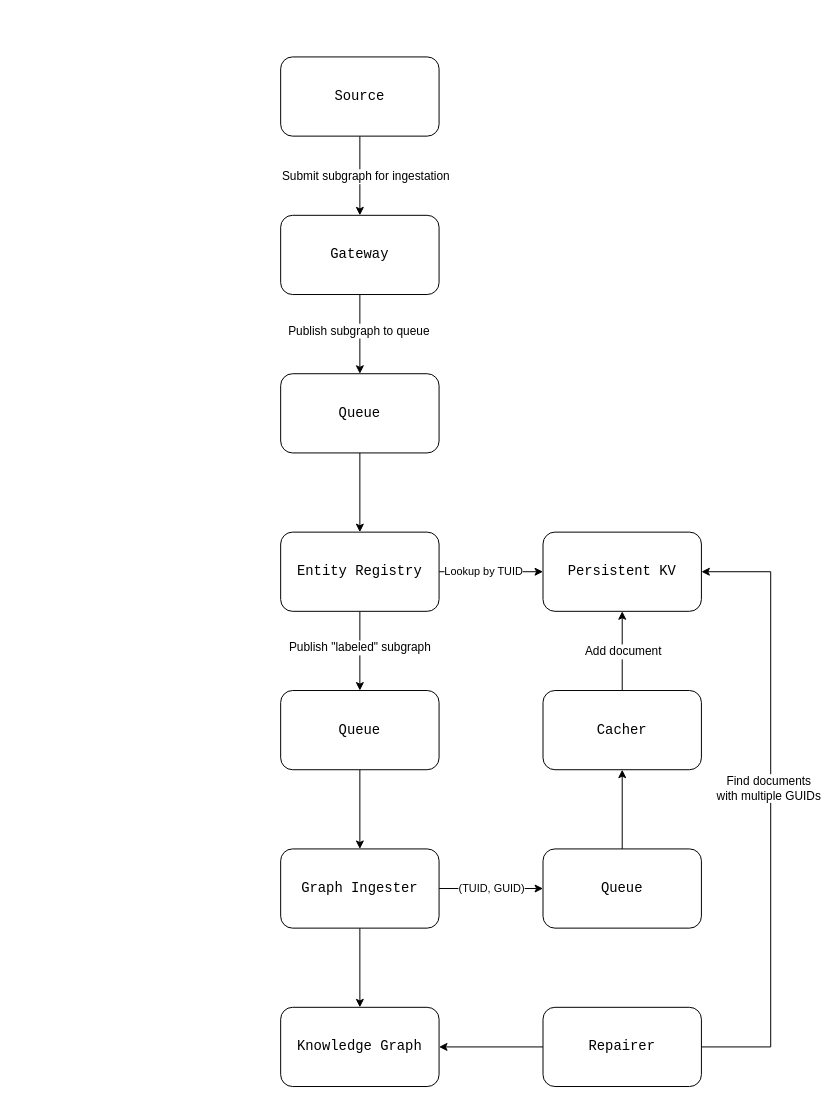
z5labs/megamind keeps this draw.io diagram as docs/diagrams/megamind.drawio. Above is the earlier version. Source tidied: cells renumbered, new cells numbered last; positions are measured from the earlier drawing's top-left corner, leaving out a move shared by most shapes. Both pictures are drawn from the tidied source at 99%, with x=0, y=0 at pixel (280, 56).
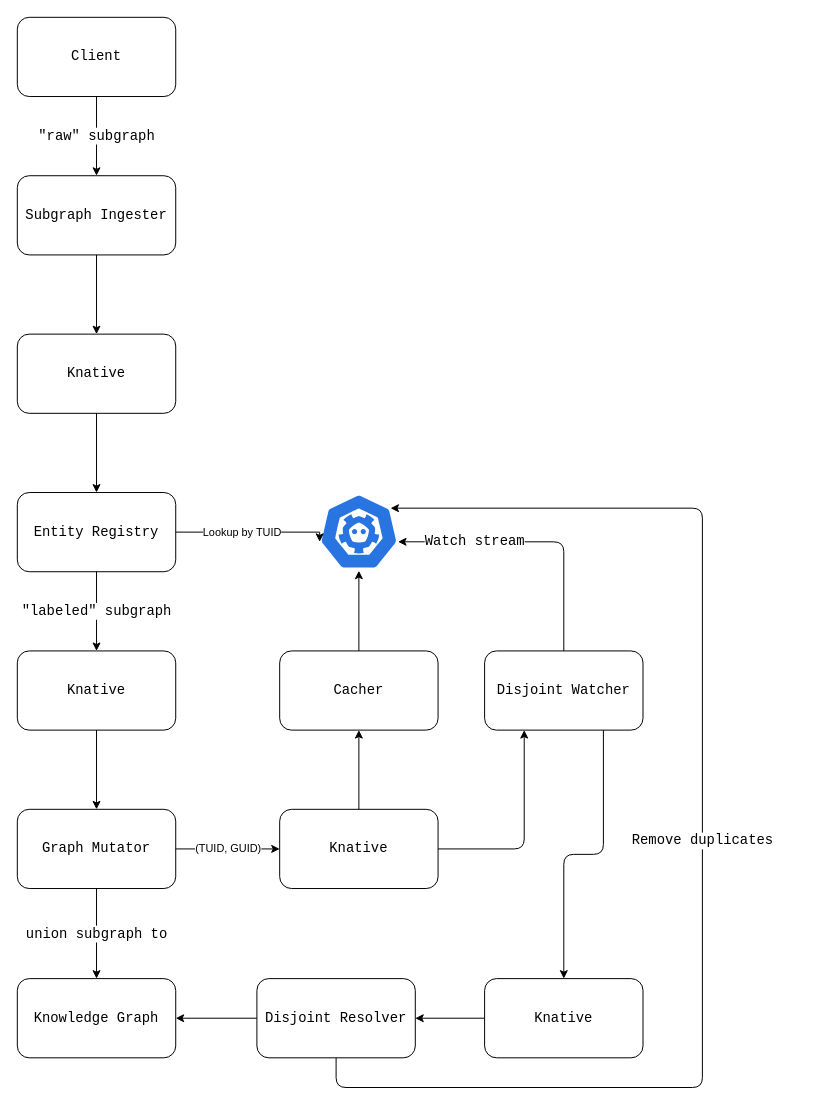
Above is the later version.

Commit message (it also covers changes not shown here):
docs(arch/megamind): re-did disjoint repairer

Change to the diagram source:
```diff
@@
-    <mxCell id="2" style="edgeStyle=orthogonalEdgeStyle;rounded=0;jettySize=auto;html=1;entryX=0.5;entryY=0;entryDx=0;entryDy=0;" parent="1" edge="1" source="4" target="19">
-      <mxGeometry relative="1" as="geometry" />
-    </mxCell>
-    <mxCell id="3" value="(TUID, GUID)" style="edgeStyle=orthogonalEdgeStyle;rounded=0;jettySize=auto;html=1;entryX=0;entryY=0.5;entryDx=0;entryDy=0;" parent="1" edge="1" source="4" target="22">
-      <mxGeometry relative="1" as="geometry" />
-    </mxCell>
+    <mxCell id="30" style="group;" parent="1" vertex="1">
+      <mxGeometry x="-266" y="-40" width="692" height="1081" as="geometry" />
+    </mxCell>
-    <mxCell id="4" value="&lt;font face=&quot;Courier New&quot;&gt;&lt;span style=&quot;font-size: 14px&quot;&gt;Graph Ingester&lt;/span&gt;&lt;/font&gt;" style="rounded=1;whiteSpace=wrap;html=1;" parent="1" vertex="1">
+    <mxCell id="4" value="&lt;font face=&quot;Courier New&quot;&gt;&lt;span style=&quot;font-size: 14px&quot;&gt;Graph Mutator&lt;/span&gt;&lt;/font&gt;" style="rounded=1;whiteSpace=wrap;html=1;" parent="30" vertex="1">
       <mxGeometry y="800" width="160" height="80" as="geometry" />
     </mxCell>
+    <mxCell id="7" value="&lt;font face=&quot;Courier New&quot; style=&quot;font-size: 14px&quot;&gt;Client&lt;/font&gt;" style="rounded=1;whiteSpace=wrap;html=1;" parent="30" vertex="1">
+      <mxGeometry width="160" height="80" as="geometry" />
+    </mxCell>
+    <mxCell id="10" value="&lt;font face=&quot;Courier New&quot;&gt;&lt;span style=&quot;font-size: 14px&quot;&gt;Subgraph Ingester&lt;/span&gt;&lt;/font&gt;" style="rounded=1;whiteSpace=wrap;html=1;" parent="30" vertex="1">
+      <mxGeometry y="160" width="160" height="80" as="geometry" />
+    </mxCell>
-    <mxCell id="5" style="edgeStyle=orthogonalEdgeStyle;rounded=0;jettySize=auto;html=1;entryX=0.5;entryY=0;entryDx=0;entryDy=0;" parent="1" edge="1" source="7" target="10">
+    <mxCell id="5" value="&quot;raw&quot; subgraph" style="edgeStyle=orthogonalEdgeStyle;html=1;entryX=0.5;entryY=0;entryDx=0;entryDy=0;fontFamily=Courier New;fontSize=14;" parent="30" edge="1" source="7" target="10">
       <mxGeometry relative="1" as="geometry" />
     </mxCell>
-    <mxCell id="6" value="Submit subgraph for ingestation" style="text;html=1;align=center;verticalAlign=middle;labelBackgroundColor=#ffffff;" parent="5" vertex="1">
-      <mxGeometry x="-0.23" relative="1" as="geometry">
-        <mxPoint x="5" y="9" as="offset" />
-      </mxGeometry>
-    </mxCell>
-    <mxCell id="7" value="&lt;font face=&quot;Courier New&quot; style=&quot;font-size: 14px&quot;&gt;Source&lt;/font&gt;" style="rounded=1;whiteSpace=wrap;html=1;" parent="1" vertex="1">
-      <mxGeometry width="160" height="80" as="geometry" />
-    </mxCell>
+    <mxCell id="12" value="&lt;font face=&quot;Courier New&quot;&gt;&lt;span style=&quot;font-size: 14px&quot;&gt;Knative&lt;/span&gt;&lt;/font&gt;" style="rounded=1;whiteSpace=wrap;html=1;" parent="30" vertex="1">
+      <mxGeometry y="320" width="160" height="80" as="geometry" />
+    </mxCell>
-    <mxCell id="8" style="edgeStyle=orthogonalEdgeStyle;rounded=0;jettySize=auto;html=1;entryX=0.5;entryY=0;entryDx=0;entryDy=0;" parent="1" edge="1" source="10" target="12">
+    <mxCell id="8" style="edgeStyle=orthogonalEdgeStyle;rounded=0;jettySize=auto;html=1;entryX=0.5;entryY=0;entryDx=0;entryDy=0;" parent="30" edge="1" source="10" target="12">
       <mxGeometry relative="1" as="geometry" />
     </mxCell>
-    <mxCell id="9" value="Publish subgraph to queue" style="text;html=1;align=center;verticalAlign=middle;labelBackgroundColor=#ffffff;" parent="8" vertex="1">
-      <mxGeometry x="-0.1" y="-2" relative="1" as="geometry" />
-    </mxCell>
-    <mxCell id="10" value="&lt;font face=&quot;Courier New&quot;&gt;&lt;span style=&quot;font-size: 14px&quot;&gt;Gateway&lt;/span&gt;&lt;/font&gt;" style="rounded=1;whiteSpace=wrap;html=1;" parent="1" vertex="1">
-      <mxGeometry y="160" width="160" height="80" as="geometry" />
-    </mxCell>
+    <mxCell id="16" value="&lt;font face=&quot;Courier New&quot;&gt;&lt;span style=&quot;font-size: 14px&quot;&gt;Entity Registry&lt;/span&gt;&lt;/font&gt;" style="rounded=1;whiteSpace=wrap;html=1;" parent="30" vertex="1">
+      <mxGeometry y="480" width="160" height="80" as="geometry" />
+    </mxCell>
-    <mxCell id="11" style="edgeStyle=orthogonalEdgeStyle;rounded=0;jettySize=auto;html=1;entryX=0.5;entryY=0;entryDx=0;entryDy=0;" parent="1" edge="1" source="12" target="16">
+    <mxCell id="11" style="edgeStyle=orthogonalEdgeStyle;rounded=0;jettySize=auto;html=1;entryX=0.5;entryY=0;entryDx=0;entryDy=0;" parent="30" edge="1" source="12" target="16">
       <mxGeometry relative="1" as="geometry" />
     </mxCell>
-    <mxCell id="12" value="&lt;font face=&quot;Courier New&quot;&gt;&lt;span style=&quot;font-size: 14px&quot;&gt;Queue&lt;/span&gt;&lt;/font&gt;" style="rounded=1;whiteSpace=wrap;html=1;" parent="1" vertex="1">
-      <mxGeometry y="320" width="160" height="80" as="geometry" />
-    </mxCell>
-    <mxCell id="13" style="edgeStyle=orthogonalEdgeStyle;rounded=0;jettySize=auto;html=1;entryX=0.5;entryY=0;entryDx=0;entryDy=0;" parent="1" edge="1" source="16" target="18">
-      <mxGeometry relative="1" as="geometry" />
-    </mxCell>
-    <mxCell id="14" value="Publish &quot;labeled&quot; subgraph" style="text;html=1;align=center;verticalAlign=middle;labelBackgroundColor=#ffffff;" parent="13" vertex="1">
-      <mxGeometry x="-0.1" y="-1" relative="1" as="geometry" />
-    </mxCell>
-    <mxCell id="15" value="Lookup by TUID" style="edgeStyle=orthogonalEdgeStyle;rounded=0;jettySize=auto;html=1;entryX=0;entryY=0.5;entryDx=0;entryDy=0;" parent="1" edge="1" source="16" target="20">
-      <mxGeometry x="-0.14" relative="1" as="geometry">
-        <Array as="points">
-          <mxPoint x="225" y="520" />
-          <mxPoint x="225" y="520" />
-        </Array>
-      </mxGeometry>
-    </mxCell>
-    <mxCell id="16" value="&lt;font face=&quot;Courier New&quot;&gt;&lt;span style=&quot;font-size: 14px&quot;&gt;Entity Registry&lt;/span&gt;&lt;/font&gt;" style="rounded=1;whiteSpace=wrap;html=1;" parent="1" vertex="1">
-      <mxGeometry y="480" width="160" height="80" as="geometry" />
-    </mxCell>
-    <mxCell id="17" style="edgeStyle=orthogonalEdgeStyle;rounded=0;jettySize=auto;html=1;entryX=0.5;entryY=0;entryDx=0;entryDy=0;" parent="1" edge="1" source="18" target="4">
+    <mxCell id="17" style="edgeStyle=orthogonalEdgeStyle;rounded=0;jettySize=auto;html=1;entryX=0.5;entryY=0;entryDx=0;entryDy=0;" parent="30" edge="1" source="18" target="4">
       <mxGeometry relative="1" as="geometry" />
     </mxCell>
-    <mxCell id="18" value="&lt;font face=&quot;Courier New&quot;&gt;&lt;span style=&quot;font-size: 14px&quot;&gt;Queue&lt;/span&gt;&lt;/font&gt;" style="rounded=1;whiteSpace=wrap;html=1;" parent="1" vertex="1">
+    <mxCell id="18" value="&lt;font face=&quot;Courier New&quot;&gt;&lt;span style=&quot;font-size: 14px&quot;&gt;Knative&lt;/span&gt;&lt;/font&gt;" style="rounded=1;whiteSpace=wrap;html=1;" parent="30" vertex="1">
       <mxGeometry y="640" width="160" height="80" as="geometry" />
     </mxCell>
+    <mxCell id="13" value="&lt;font face=&quot;Courier New&quot;&gt;&lt;font style=&quot;font-size: 14px&quot;&gt;&quot;labeled&quot;&amp;nbsp;subgraph&lt;/font&gt;&lt;/font&gt;" style="edgeStyle=orthogonalEdgeStyle;rounded=0;jettySize=auto;html=1;entryX=0.5;entryY=0;entryDx=0;entryDy=0;" parent="30" edge="1" source="16" target="18">
+      <mxGeometry relative="1" as="geometry" />
+    </mxCell>
+    <mxCell id="22" value="&lt;font face=&quot;Courier New&quot;&gt;&lt;span style=&quot;font-size: 14px&quot;&gt;Knative&lt;/span&gt;&lt;/font&gt;" style="rounded=1;whiteSpace=wrap;html=1;" parent="30" vertex="1">
+      <mxGeometry x="265" y="800" width="160" height="80" as="geometry" />
+    </mxCell>
+    <mxCell id="3" value="(TUID, GUID)" style="edgeStyle=orthogonalEdgeStyle;rounded=0;jettySize=auto;html=1;entryX=0;entryY=0.5;entryDx=0;entryDy=0;" parent="30" edge="1" source="4" target="22">
+      <mxGeometry relative="1" as="geometry" />
+    </mxCell>
+    <mxCell id="25" value="&lt;font face=&quot;Courier New&quot;&gt;&lt;span style=&quot;font-size: 14px&quot;&gt;Cacher&lt;/span&gt;&lt;/font&gt;" style="rounded=1;whiteSpace=wrap;html=1;" parent="30" vertex="1">
+      <mxGeometry x="265" y="640" width="160" height="80" as="geometry" />
+    </mxCell>
+    <mxCell id="21" style="edgeStyle=orthogonalEdgeStyle;rounded=0;jettySize=auto;html=1;entryX=0.5;entryY=1;entryDx=0;entryDy=0;" parent="30" edge="1" source="22" target="25">
+      <mxGeometry relative="1" as="geometry" />
+    </mxCell>
+    <mxCell id="31" style="sketch=0;html=1;dashed=0;whitespace=wrap;fillColor=#2875E2;strokeColor=#ffffff;points=[[0.005,0.63,0],[0.1,0.2,0],[0.9,0.2,0],[0.5,0,0],[0.995,0.63,0],[0.72,0.99,0],[0.5,1,0],[0.28,0.99,0]];shape=mxgraph.kubernetes.icon;prIcon=etcd;" parent="30" vertex="1">
+      <mxGeometry x="305" y="480" width="80" height="79" as="geometry" />
+    </mxCell>
+    <mxCell id="15" value="Lookup by TUID" style="edgeStyle=orthogonalEdgeStyle;rounded=0;jettySize=auto;html=1;entryX=0.005;entryY=0.63;entryDx=0;entryDy=0;entryPerimeter=0;" parent="30" edge="1" source="16" target="31">
+      <mxGeometry x="-0.14" relative="1" as="geometry">
+        <Array as="points">
+          <mxPoint x="305" y="520" />
+        </Array>
+      </mxGeometry>
+    </mxCell>
+    <mxCell id="23" style="edgeStyle=orthogonalEdgeStyle;rounded=0;jettySize=auto;html=1;" parent="30" edge="1" source="25" target="31">
+      <mxGeometry relative="1" as="geometry" />
+    </mxCell>
-    <mxCell id="19" value="&lt;font face=&quot;Courier New&quot;&gt;&lt;span style=&quot;font-size: 14px&quot;&gt;Knowledge Graph&lt;/span&gt;&lt;/font&gt;" style="rounded=1;whiteSpace=wrap;html=1;" parent="1" vertex="1">
-      <mxGeometry y="960" width="160" height="80" as="geometry" />
+    <mxCell id="19" value="&lt;font face=&quot;Courier New&quot;&gt;&lt;span style=&quot;font-size: 14px&quot;&gt;Knowledge Graph&lt;/span&gt;&lt;/font&gt;" style="rounded=1;whiteSpace=wrap;html=1;" parent="30" vertex="1">
+      <mxGeometry y="971" width="160" height="80" as="geometry" />
     </mxCell>
-    <mxCell id="20" value="&lt;font face=&quot;Courier New&quot;&gt;&lt;span style=&quot;font-size: 14px&quot;&gt;Persistent KV&lt;/span&gt;&lt;/font&gt;" style="rounded=1;whiteSpace=wrap;html=1;" parent="1" vertex="1">
-      <mxGeometry x="265" y="480" width="160" height="80" as="geometry" />
-    </mxCell>
-    <mxCell id="21" style="edgeStyle=orthogonalEdgeStyle;rounded=0;jettySize=auto;html=1;entryX=0.5;entryY=1;entryDx=0;entryDy=0;" parent="1" edge="1" source="22" target="25">
-      <mxGeometry relative="1" as="geometry" />
-    </mxCell>
-    <mxCell id="22" value="&lt;font face=&quot;Courier New&quot;&gt;&lt;span style=&quot;font-size: 14px&quot;&gt;Queue&lt;/span&gt;&lt;/font&gt;" style="rounded=1;whiteSpace=wrap;html=1;" parent="1" vertex="1">
-      <mxGeometry x="265" y="800" width="160" height="80" as="geometry" />
-    </mxCell>
-    <mxCell id="23" style="edgeStyle=orthogonalEdgeStyle;rounded=0;jettySize=auto;html=1;entryX=0.5;entryY=1;entryDx=0;entryDy=0;" parent="1" edge="1" source="25" target="20">
-      <mxGeometry relative="1" as="geometry" />
-    </mxCell>
-    <mxCell id="24" value="Add document" style="text;html=1;align=center;verticalAlign=middle;labelBackgroundColor=#ffffff;" parent="23" vertex="1">
-      <mxGeometry relative="1" as="geometry" />
-    </mxCell>
-    <mxCell id="25" value="&lt;font face=&quot;Courier New&quot;&gt;&lt;span style=&quot;font-size: 14px&quot;&gt;Cacher&lt;/span&gt;&lt;/font&gt;" style="rounded=1;whiteSpace=wrap;html=1;" parent="1" vertex="1">
-      <mxGeometry x="265" y="640" width="160" height="80" as="geometry" />
-    </mxCell>
-    <mxCell id="26" style="edgeStyle=orthogonalEdgeStyle;rounded=0;jettySize=auto;html=1;entryX=1;entryY=0.5;entryDx=0;entryDy=0;" parent="1" edge="1" source="29" target="20">
-      <mxGeometry relative="1" as="geometry">
-        <Array as="points">
-          <mxPoint x="495" y="1000" />
-          <mxPoint x="495" y="520" />
-        </Array>
-      </mxGeometry>
-    </mxCell>
-    <mxCell id="27" value="Find documents &lt;br&gt;with multiple GUIDs" style="text;html=1;align=center;verticalAlign=middle;labelBackgroundColor=#ffffff;" parent="26" vertex="1">
-      <mxGeometry x="0.07" y="3" relative="1" as="geometry" />
-    </mxCell>
-    <mxCell id="28" style="edgeStyle=orthogonalEdgeStyle;rounded=0;jettySize=auto;html=1;exitX=0;exitY=0.5;exitDx=0;exitDy=0;entryX=1;entryY=0.5;entryDx=0;entryDy=0;" parent="1" edge="1" source="29" target="19">
-      <mxGeometry relative="1" as="geometry" />
-    </mxCell>
-    <mxCell id="29" value="&lt;font face=&quot;Courier New&quot;&gt;&lt;span style=&quot;font-size: 14px&quot;&gt;Repairer&lt;/span&gt;&lt;/font&gt;" style="rounded=1;whiteSpace=wrap;html=1;" parent="1" vertex="1">
-      <mxGeometry x="265" y="960" width="160" height="80" as="geometry" />
-    </mxCell>
+    <mxCell id="2" value="&lt;font face=&quot;Courier New&quot; style=&quot;font-size: 14px&quot;&gt;union subgraph to&lt;/font&gt;" style="edgeStyle=orthogonalEdgeStyle;rounded=0;jettySize=auto;html=1;entryX=0.5;entryY=0;entryDx=0;entryDy=0;" parent="30" edge="1" source="4" target="19">
+      <mxGeometry relative="1" as="geometry" />
+    </mxCell>
+    <mxCell id="32" value="Watch stream" style="edgeStyle=orthogonalEdgeStyle;html=1;entryX=0.995;entryY=0.63;entryDx=0;entryDy=0;entryPerimeter=0;fontFamily=Courier New;fontSize=14;" parent="30" edge="1" source="33" target="31">
+      <mxGeometry x="0.44" relative="1" as="geometry">
+        <Array as="points">
+          <mxPoint x="552" y="530" />
+        </Array>
+      </mxGeometry>
+    </mxCell>
+    <mxCell id="33" value="&lt;font face=&quot;Courier New&quot;&gt;&lt;span style=&quot;font-size: 14px&quot;&gt;Disjoint Watcher&lt;/span&gt;&lt;/font&gt;" style="rounded=1;whiteSpace=wrap;html=1;" parent="30" vertex="1">
+      <mxGeometry x="472" y="640" width="160" height="80" as="geometry" />
+    </mxCell>
+    <mxCell id="34" style="edgeStyle=orthogonalEdgeStyle;html=1;entryX=0.25;entryY=1;entryDx=0;entryDy=0;fontFamily=Courier New;fontSize=14;" parent="30" edge="1" source="22" target="33">
+      <mxGeometry relative="1" as="geometry" />
+    </mxCell>
+    <mxCell id="35" value="&lt;font face=&quot;Courier New&quot;&gt;&lt;span style=&quot;font-size: 14px&quot;&gt;Knative&lt;/span&gt;&lt;/font&gt;" style="rounded=1;whiteSpace=wrap;html=1;" parent="30" vertex="1">
+      <mxGeometry x="472" y="971" width="160" height="80" as="geometry" />
+    </mxCell>
+    <mxCell id="36" style="edgeStyle=orthogonalEdgeStyle;html=1;exitX=0.75;exitY=1;exitDx=0;exitDy=0;entryX=0.5;entryY=0;entryDx=0;entryDy=0;fontFamily=Courier New;fontSize=14;" parent="30" edge="1" source="33" target="35">
+      <mxGeometry relative="1" as="geometry" />
+    </mxCell>
+    <mxCell id="37" style="edgeStyle=orthogonalEdgeStyle;html=1;entryX=1;entryY=0.5;entryDx=0;entryDy=0;fontFamily=Courier New;fontSize=14;" parent="30" edge="1" source="39" target="19">
+      <mxGeometry relative="1" as="geometry" />
+    </mxCell>
+    <mxCell id="38" value="Remove duplicates" style="edgeStyle=orthogonalEdgeStyle;html=1;entryX=0.9;entryY=0.2;entryDx=0;entryDy=0;entryPerimeter=0;fontFamily=Courier New;fontSize=14;" parent="30" edge="1" source="39" target="31">
+      <mxGeometry relative="1" as="geometry">
+        <Array as="points">
+          <mxPoint x="322" y="1081" />
+          <mxPoint x="692" y="1081" />
+          <mxPoint x="692" y="496" />
+        </Array>
+        <mxPoint y="1" as="offset" />
+      </mxGeometry>
+    </mxCell>
+    <mxCell id="39" value="&lt;font face=&quot;Courier New&quot;&gt;&lt;span style=&quot;font-size: 14px&quot;&gt;Disjoint Resolver&lt;/span&gt;&lt;/font&gt;" style="rounded=1;whiteSpace=wrap;html=1;" parent="30" vertex="1">
+      <mxGeometry x="242" y="971" width="160" height="80" as="geometry" />
+    </mxCell>
+    <mxCell id="40" style="edgeStyle=orthogonalEdgeStyle;html=1;entryX=1;entryY=0.5;entryDx=0;entryDy=0;fontFamily=Courier New;fontSize=14;" parent="30" edge="1" source="35" target="39">
+      <mxGeometry relative="1" as="geometry" />
+    </mxCell>
```
